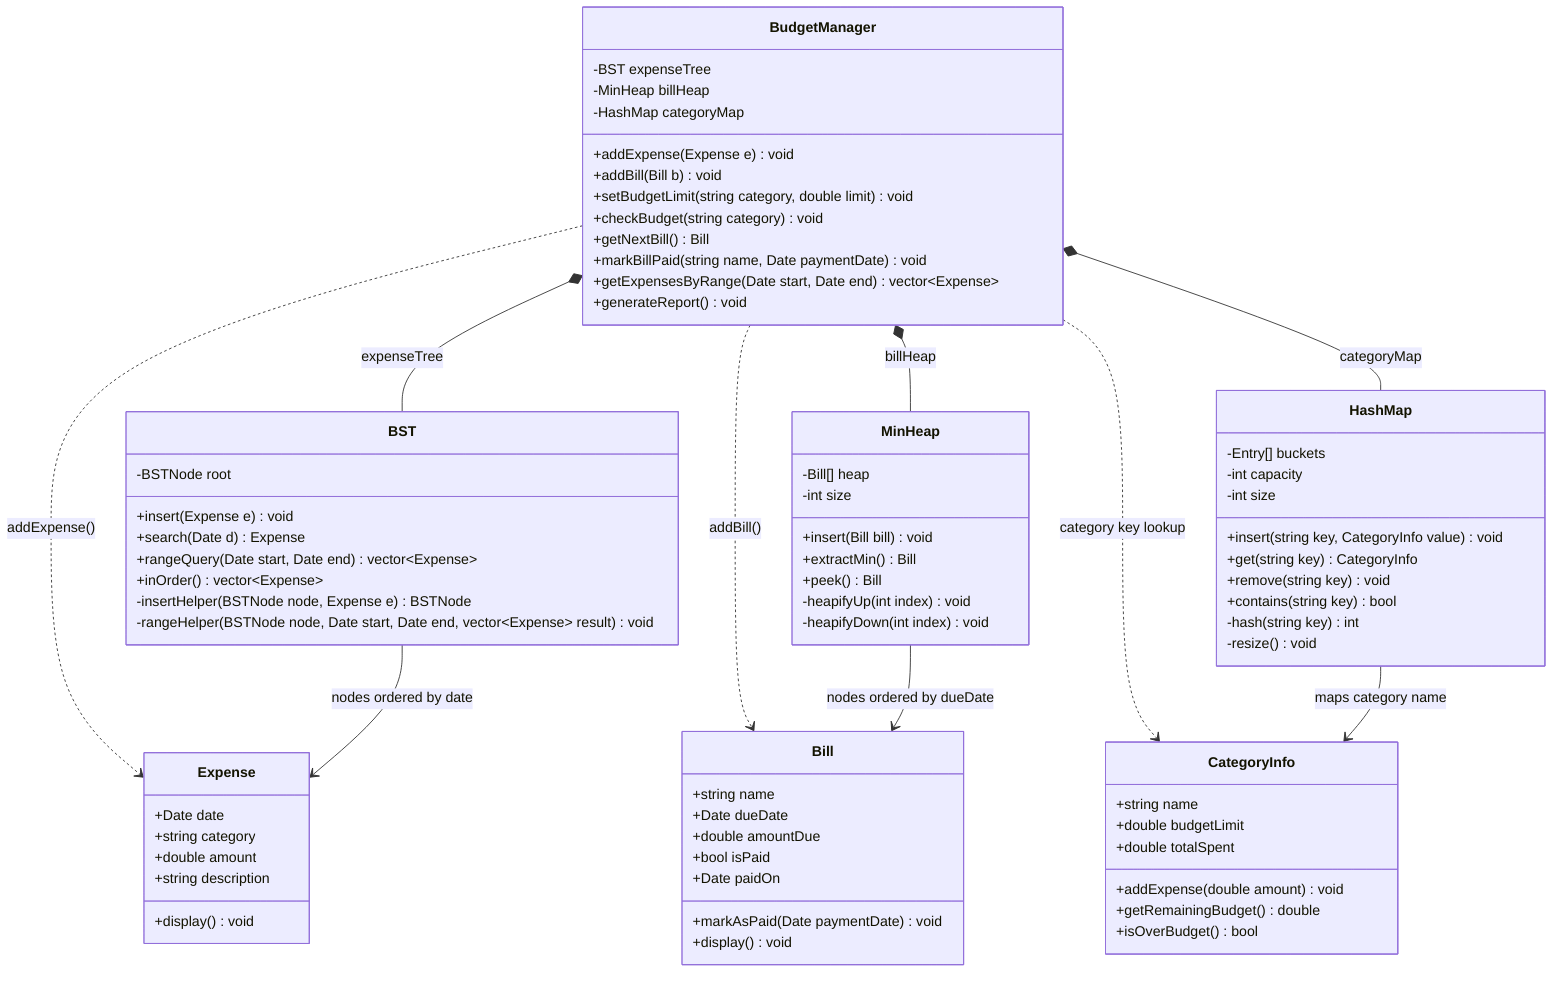
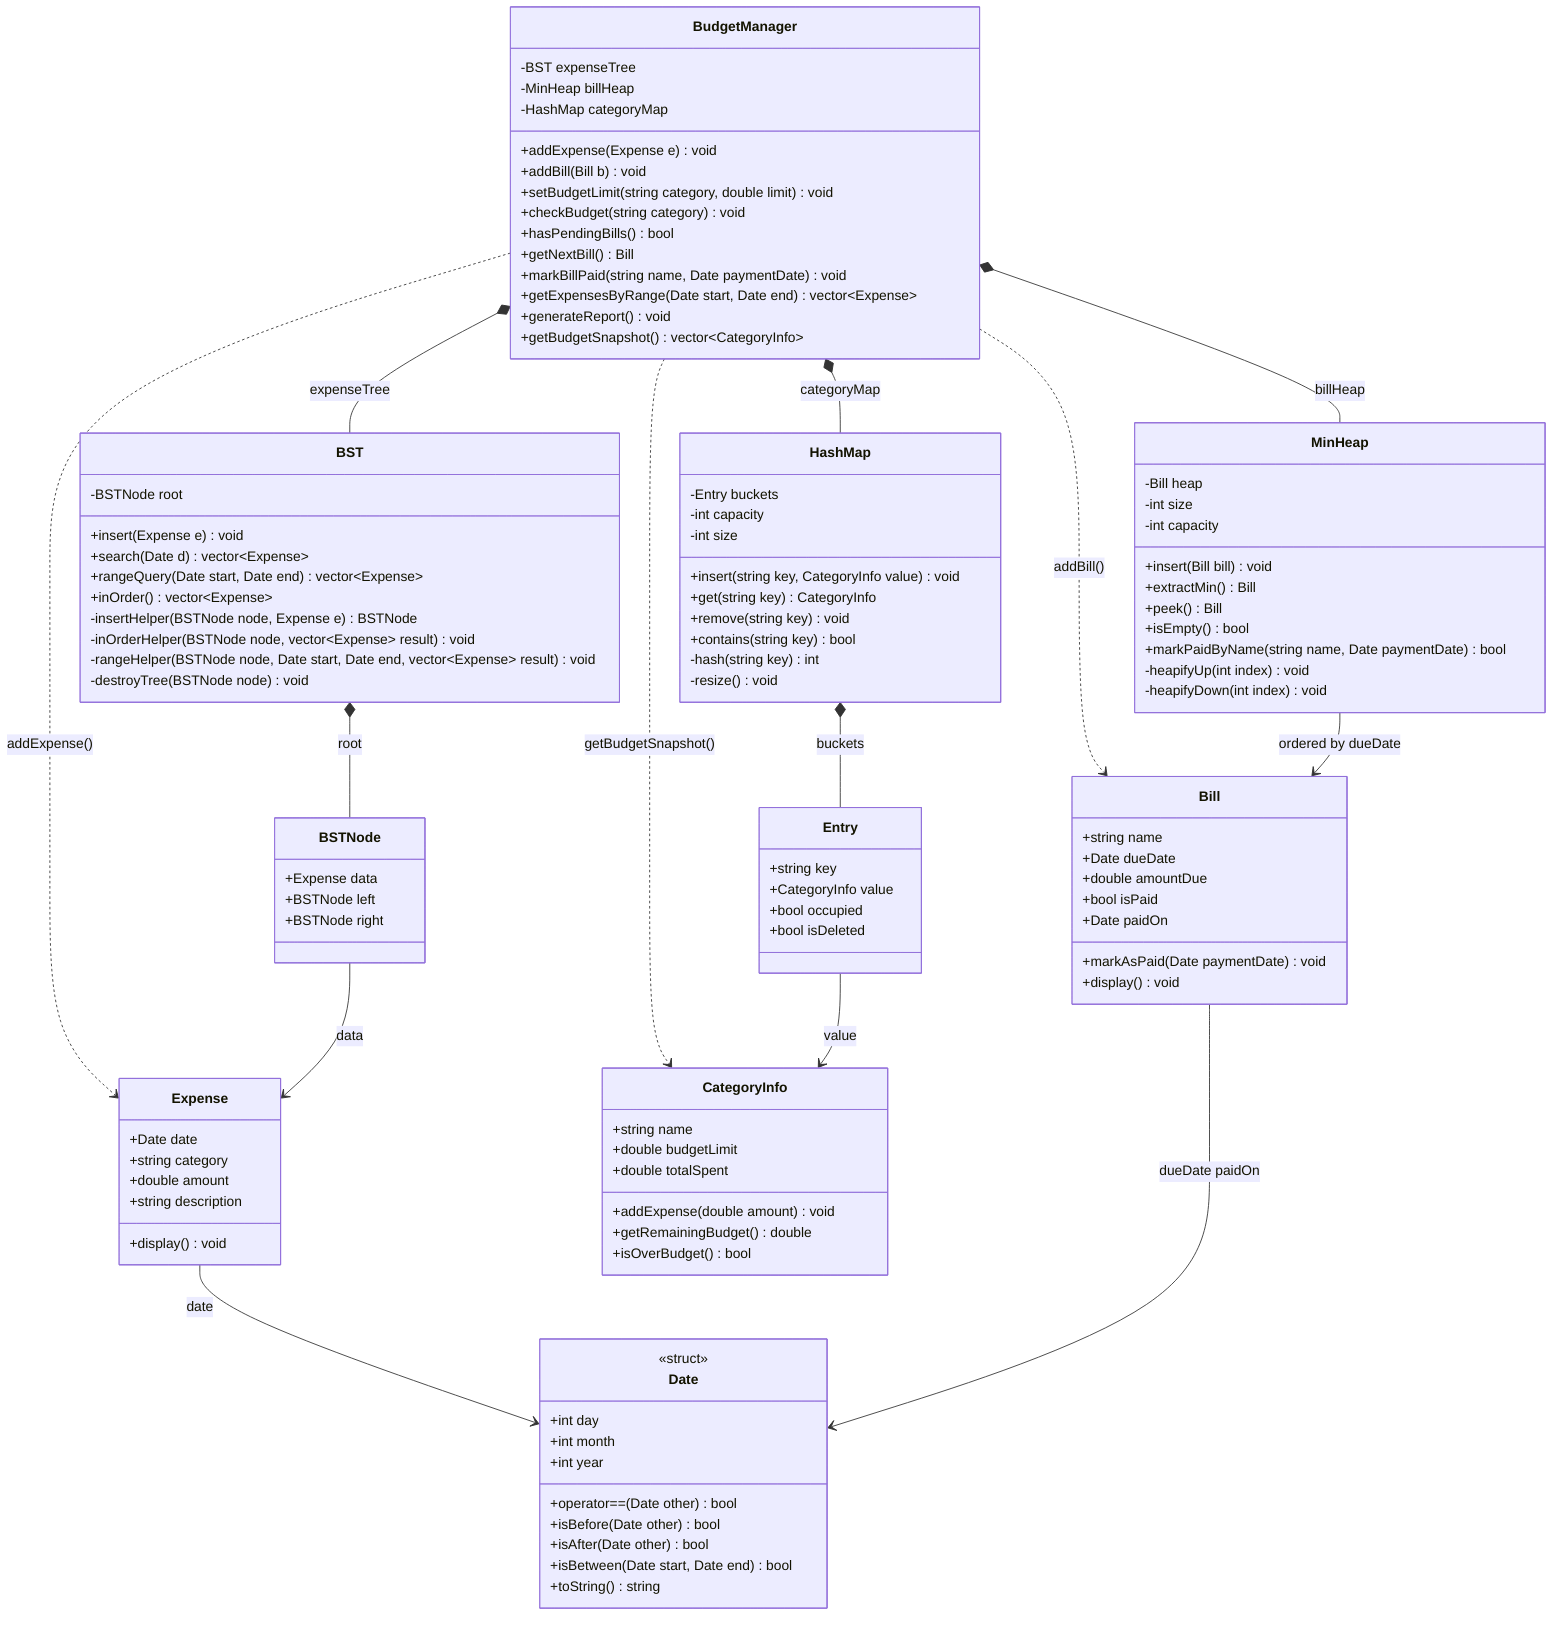
classDiagram
    class BudgetManager {
        -BST expenseTree
        -MinHeap billHeap
        -HashMap categoryMap
        +addExpense(Expense e) void
        +addBill(Bill b) void
        +setBudgetLimit(string category, double limit) void
        +checkBudget(string category) void
+         +hasPendingBills() bool
        +getNextBill() Bill
        +markBillPaid(string name, Date paymentDate) void
        +getExpensesByRange(Date start, Date end) vector~Expense~
        +generateReport() void
+         +getBudgetSnapshot() vector~CategoryInfo~
    }

    class BST {
        -BSTNode root
        +insert(Expense e) void
-         +search(Date d) Expense
+         +search(Date d) vector~Expense~
        +rangeQuery(Date start, Date end) vector~Expense~
        +inOrder() vector~Expense~
        -insertHelper(BSTNode node, Expense e) BSTNode
+         -inOrderHelper(BSTNode node, vector~Expense~ result) void
        -rangeHelper(BSTNode node, Date start, Date end, vector~Expense~ result) void
+         -destroyTree(BSTNode node) void
+     }
+ 
+     class BSTNode {
+         +Expense data
+         +BSTNode left
+         +BSTNode right
    }

    class MinHeap {
-         -Bill[] heap
+         -Bill heap
        -int size
+         -int capacity
        +insert(Bill bill) void
        +extractMin() Bill
        +peek() Bill
+         +isEmpty() bool
+         +markPaidByName(string name, Date paymentDate) bool
        -heapifyUp(int index) void
        -heapifyDown(int index) void
    }

    class HashMap {
-         -Entry[] buckets
+         -Entry buckets
        -int capacity
        -int size
        +insert(string key, CategoryInfo value) void
        +get(string key) CategoryInfo
        +remove(string key) void
        +contains(string key) bool
        -hash(string key) int
        -resize() void
+     }
+ 
+     class Entry {
+         +string key
+         +CategoryInfo value
+         +bool occupied
+         +bool isDeleted
    }

    class Expense {
        +Date date
        +string category
        +double amount
        +string description
        +display() void
    }

    class Bill {
        +string name
        +Date dueDate
        +double amountDue
        +bool isPaid
        +Date paidOn
        +markAsPaid(Date paymentDate) void
        +display() void
    }

    class CategoryInfo {
        +string name
        +double budgetLimit
        +double totalSpent
        +addExpense(double amount) void
        +getRemainingBudget() double
        +isOverBudget() bool
    }

+     class Date {
+         <<struct>>
+         +int day
+         +int month
+         +int year
+         +operator==(Date other) bool
+         +isBefore(Date other) bool
+         +isAfter(Date other) bool
+         +isBetween(Date start, Date end) bool
+         +toString() string
+     }
+ 
    BudgetManager *-- BST : expenseTree
    BudgetManager *-- MinHeap : billHeap
    BudgetManager *-- HashMap : categoryMap
    BudgetManager ..> Expense : addExpense()
    BudgetManager ..> Bill : addBill()
-     BudgetManager ..> CategoryInfo : category key lookup
-     BST --> Expense : nodes ordered by date
-     MinHeap --> Bill : nodes ordered by dueDate
-     HashMap --> CategoryInfo : maps category name
+     BudgetManager ..> CategoryInfo : getBudgetSnapshot()
+     BST *-- BSTNode : root
+     BSTNode --> Expense : data
+     HashMap *-- Entry : buckets
+     Entry --> CategoryInfo : value
+     MinHeap --> Bill : ordered by dueDate
+     Expense --> Date : date
+     Bill --> Date : dueDate paidOn
